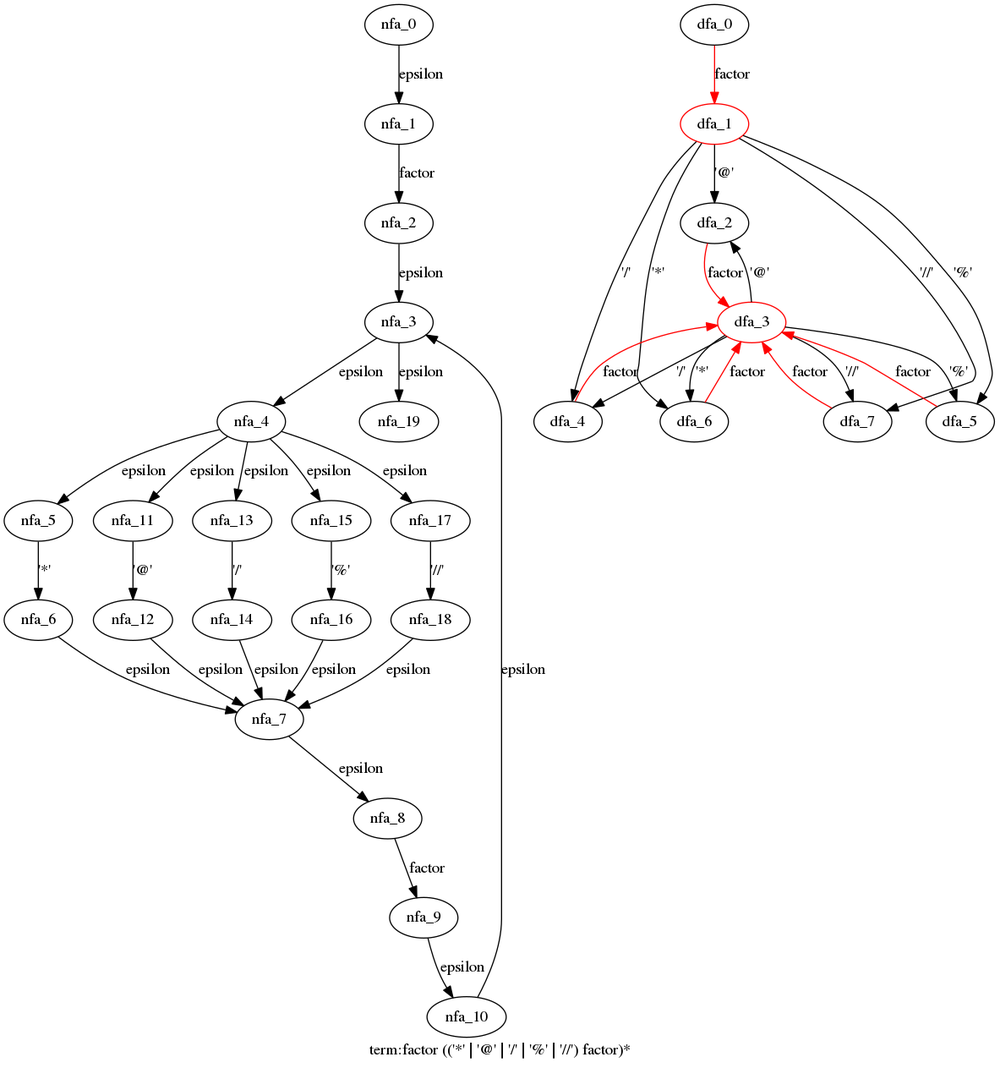
Before: cpython/grammar/handwrite/nfa_dfas/65.term.dot.png, a diagram exported from Graphviz (WinChua/blog). Its source is kept beside it as cpython/grammar/handwrite/nfa_dfas/65.term.dot. Source of this version:
```dot
digraph term {
 graph[label="term:factor (('*' | '@' | '/' | '%' | '//') factor)*"]
 subgraph term_nfa {
  nfa_0->nfa_1[label="epsilon"]
  nfa_1->nfa_2[label="factor"]
  nfa_2->nfa_3[label="epsilon"]
  nfa_3->nfa_4[label="epsilon"]
  nfa_4->nfa_5[label="epsilon"]
  nfa_5->nfa_6[label="'*'"]
  nfa_6->nfa_7[label="epsilon"]
  nfa_7->nfa_8[label="epsilon"]
  nfa_8->nfa_9[label="factor"]
  nfa_9->nfa_10[label="epsilon"]
  nfa_10->nfa_3[label="epsilon"]
  nfa_4->nfa_11[label="epsilon"]
  nfa_11->nfa_12[label="'@'"]
  nfa_12->nfa_7[label="epsilon"]
  nfa_4->nfa_13[label="epsilon"]
  nfa_13->nfa_14[label="'/'"]
  nfa_14->nfa_7[label="epsilon"]
  nfa_4->nfa_15[label="epsilon"]
  nfa_15->nfa_16[label="'%'"]
  nfa_16->nfa_7[label="epsilon"]
  nfa_4->nfa_17[label="epsilon"]
  nfa_17->nfa_18[label="'//'"]
  nfa_18->nfa_7[label="epsilon"]
  nfa_3->nfa_19[label="epsilon"]
  }
 subgraph term_dfa {
  dfa_0->dfa_1[label="factor",color=red]
  dfa_1->dfa_2[label="'@'"]
  dfa_2->dfa_3[label="factor",color=red]
  dfa_3->dfa_2[label="'@'"]
  dfa_3->dfa_4[label="'/'"]
  dfa_4->dfa_3[label="factor",color=red]
  dfa_3->dfa_5[label="'%'"]
  dfa_5->dfa_3[label="factor",color=red]
  dfa_3->dfa_6[label="'*'"]
  dfa_6->dfa_3[label="factor",color=red]
  dfa_3->dfa_7[label="'//'"]
  dfa_7->dfa_3[label="factor",color=red]
  dfa_1->dfa_4[label="'/'"]
  dfa_1->dfa_5[label="'%'"]
  dfa_1->dfa_6[label="'*'"]
  dfa_1->dfa_7[label="'//'"]
  dfa_1[color=red]
  dfa_3[color=red]
  }
}
```
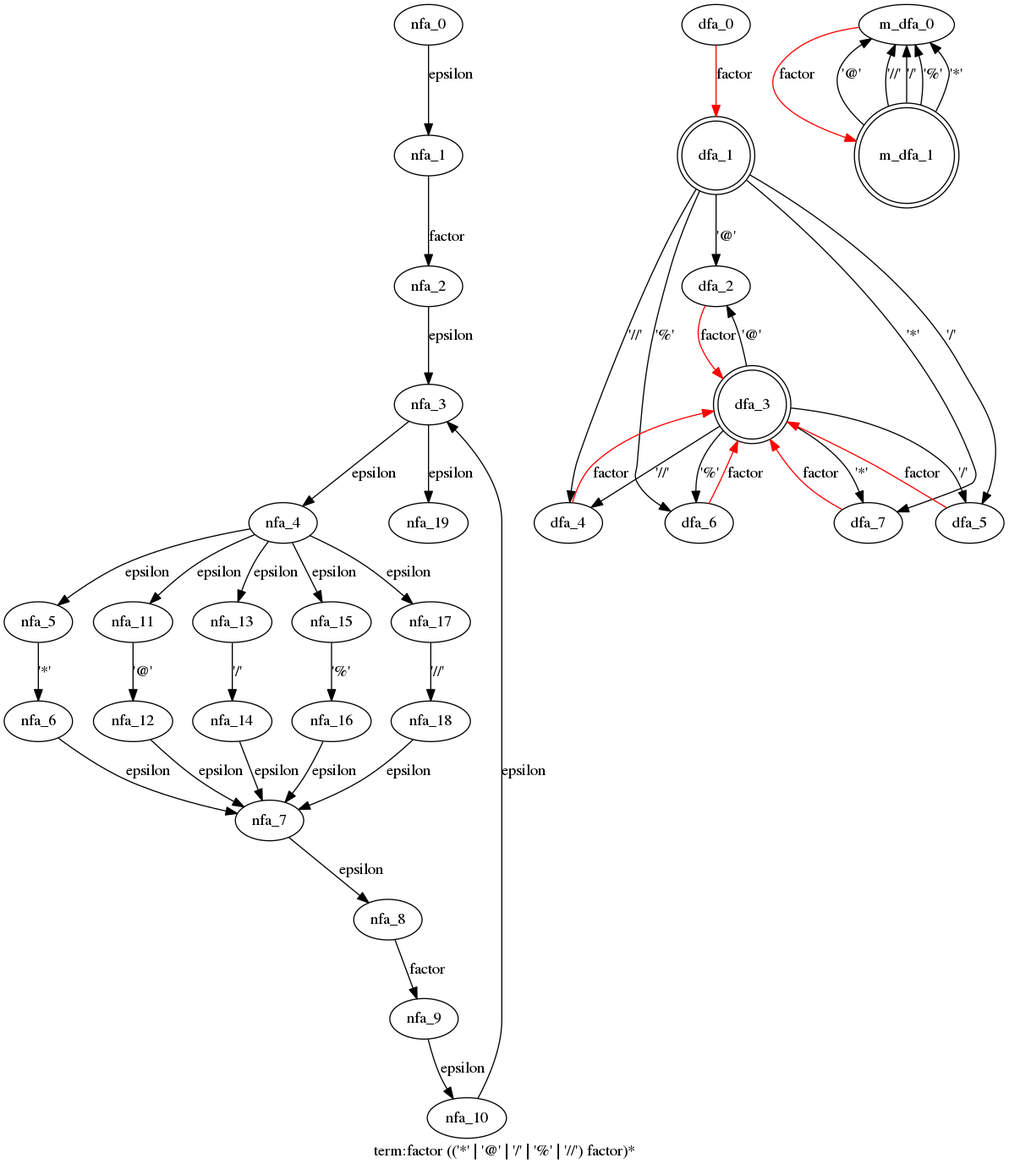
Above is the later version.

What changed in the source:
```diff
@@ -31,19 +31,28 @@
   dfa_1->dfa_2[label="'@'"]
   dfa_2->dfa_3[label="factor",color=red]
   dfa_3->dfa_2[label="'@'"]
-  dfa_3->dfa_4[label="'/'"]
+  dfa_3->dfa_4[label="'//'"]
   dfa_4->dfa_3[label="factor",color=red]
-  dfa_3->dfa_5[label="'%'"]
+  dfa_3->dfa_5[label="'/'"]
   dfa_5->dfa_3[label="factor",color=red]
-  dfa_3->dfa_6[label="'*'"]
+  dfa_3->dfa_6[label="'%'"]
   dfa_6->dfa_3[label="factor",color=red]
-  dfa_3->dfa_7[label="'//'"]
+  dfa_3->dfa_7[label="'*'"]
   dfa_7->dfa_3[label="factor",color=red]
-  dfa_1->dfa_4[label="'/'"]
-  dfa_1->dfa_5[label="'%'"]
-  dfa_1->dfa_6[label="'*'"]
-  dfa_1->dfa_7[label="'//'"]
-  dfa_1[color=red]
-  dfa_3[color=red]
+  dfa_1->dfa_4[label="'//'"]
+  dfa_1->dfa_5[label="'/'"]
+  dfa_1->dfa_6[label="'%'"]
+  dfa_1->dfa_7[label="'*'"]
+  dfa_1[shape=doublecircle]
+  dfa_3[shape=doublecircle]
+  }
+ subgraph term_m_dfa {
+  m_dfa_0->m_dfa_1[label="factor",color=red]
+  m_dfa_1->m_dfa_0[label="'@'"]
+  m_dfa_1->m_dfa_0[label="'//'"]
+  m_dfa_1->m_dfa_0[label="'/'"]
+  m_dfa_1->m_dfa_0[label="'%'"]
+  m_dfa_1->m_dfa_0[label="'*'"]
+  m_dfa_1[shape=doublecircle]
   }
 }
```
